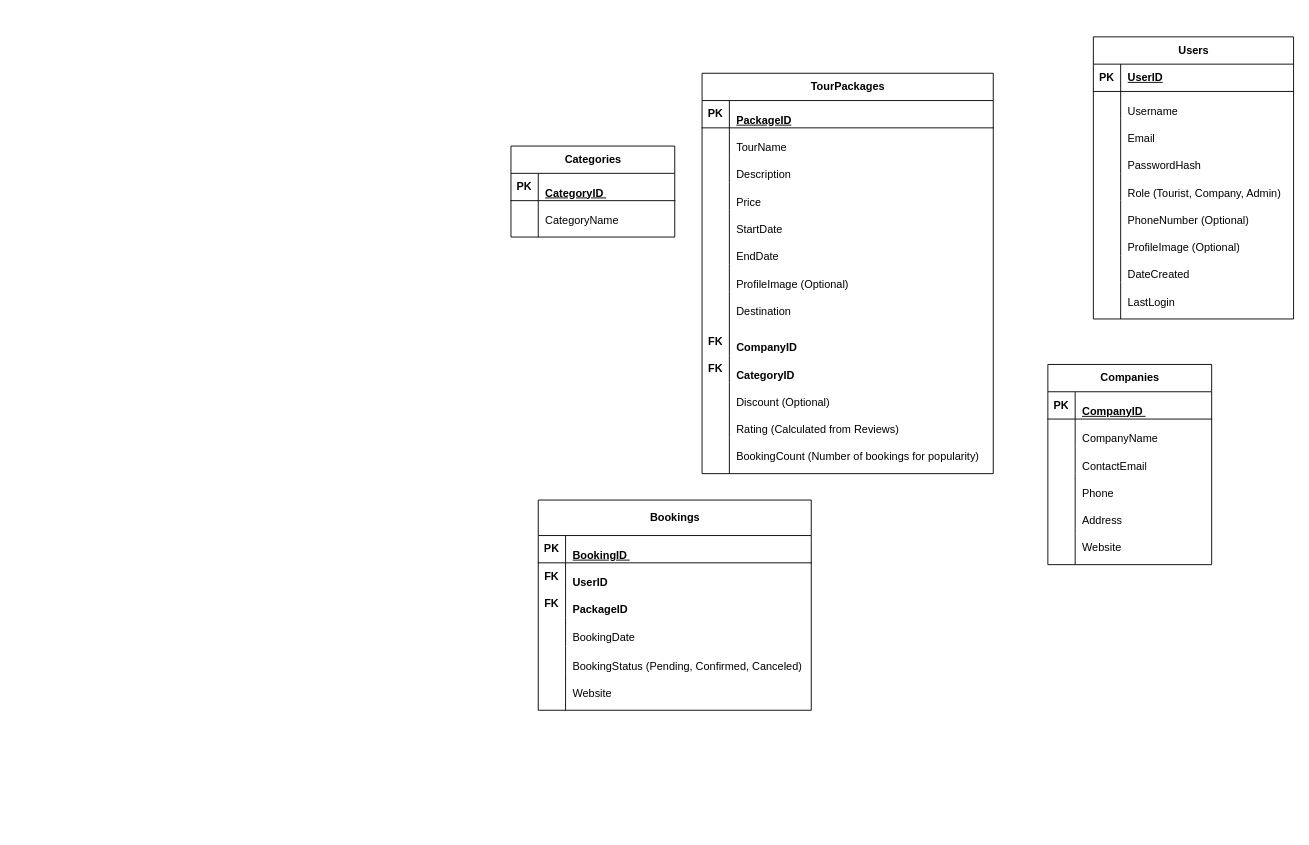
Above: JoStay Rschema.drawio in aminjaiuossi/JoStay-Project (draw.io), before the change. Source tidied: cells renumbered, new cells numbered last; positions are measured from the earlier drawing's top-left corner, leaving out a move shared by most shapes. Both pictures are drawn from the tidied source at 91%, with x=0, y=0 at pixel (511, 36).
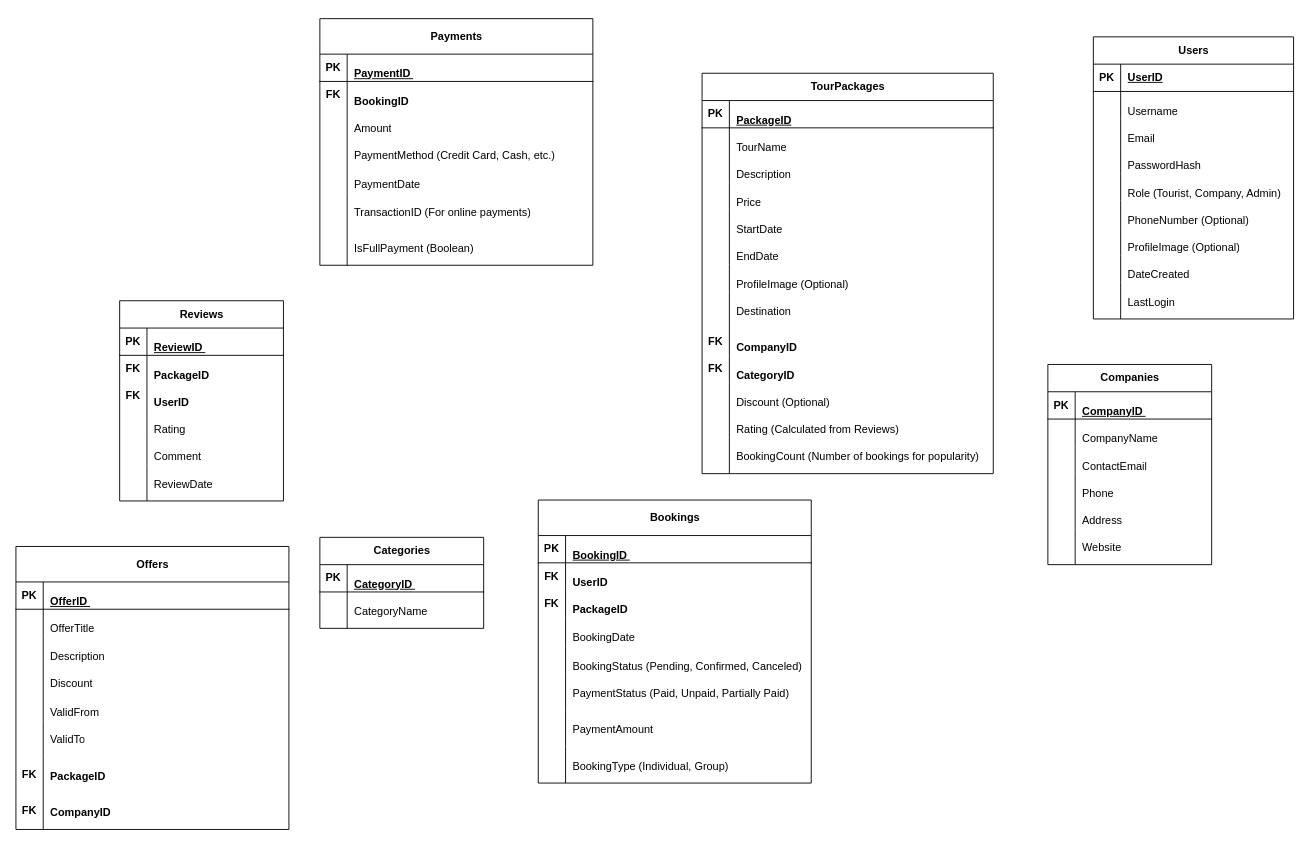
After the change.

The change refers to these unchanged cells:
```xml
<mxCell id="112" style="shape=tableRow;horizontal=0;startSize=0;swimlaneHead=0;swimlaneBody=0;fillColor=none;top=0;left=0;right=0;bottom=0;" parent="96" vertex="1">
  <mxGeometry y="191" width="300" height="40" as="geometry" />
</mxCell>
```

Diff of the diagram source:
```diff
@@
     <mxCell id="70" value="&lt;h4&gt;&lt;strong&gt;Categories&lt;/strong&gt;&lt;/h4&gt;" style="shape=table;startSize=30;childLayout=tableLayout;rowLines=0;fontStyle=1;align=center;html=1;" parent="1" vertex="1">
-      <mxGeometry y="120" width="180" height="100" as="geometry" />
+      <mxGeometry x="-210" y="550" width="180" height="100" as="geometry" />
     </mxCell>
@@
     <mxCell id="96" value="&lt;h4&gt;&lt;strong&gt;Bookings&lt;/strong&gt;&lt;/h4&gt;" style="shape=table;startSize=39;childLayout=tableLayout;rowLines=0;fontStyle=1;align=center;html=1;" parent="1" vertex="1">
-      <mxGeometry x="30" y="509" width="300" height="231" as="geometry" />
+      <mxGeometry x="30" y="509" width="300" height="311" as="geometry" />
     </mxCell>
@@
-    <mxCell id="114" value="&lt;p&gt;Website&lt;/p&gt;" style="shape=partialRectangle;fillColor=none;top=0;left=0;bottom=0;right=0;align=left;spacingLeft=6;overflow=hidden;whiteSpace=wrap;html=1;" parent="112" vertex="1">
+    <mxCell id="114" value="&lt;p&gt;PaymentStatus (Paid, Unpaid, Partially Paid)&lt;/p&gt;" style="shape=partialRectangle;fillColor=none;top=0;left=0;bottom=0;right=0;align=left;spacingLeft=6;overflow=hidden;whiteSpace=wrap;html=1;" parent="112" vertex="1">
       <mxGeometry x="30" width="270" height="40" as="geometry" />
     </mxCell>
+    <mxCell id="115" style="shape=tableRow;horizontal=0;startSize=0;swimlaneHead=0;swimlaneBody=0;fillColor=none;top=0;left=0;right=0;bottom=0;" parent="96" vertex="1">
+      <mxGeometry y="231" width="300" height="40" as="geometry" />
+    </mxCell>
+    <mxCell id="116" style="shape=partialRectangle;fillColor=none;top=0;left=0;bottom=0;right=0;overflow=hidden;whiteSpace=wrap;html=1;" parent="115" vertex="1">
+      <mxGeometry width="30" height="40" as="geometry" />
+    </mxCell>
+    <mxCell id="117" value="&lt;p&gt;PaymentAmount&lt;/p&gt;" style="shape=partialRectangle;fillColor=none;top=0;left=0;bottom=0;right=0;align=left;spacingLeft=6;overflow=hidden;whiteSpace=wrap;html=1;" parent="115" vertex="1">
+      <mxGeometry x="30" width="270" height="40" as="geometry" />
+    </mxCell>
+    <mxCell id="118" style="shape=tableRow;horizontal=0;startSize=0;swimlaneHead=0;swimlaneBody=0;fillColor=none;top=0;left=0;right=0;bottom=0;" parent="96" vertex="1">
+      <mxGeometry y="271" width="300" height="40" as="geometry" />
+    </mxCell>
+    <mxCell id="119" style="shape=partialRectangle;fillColor=none;top=0;left=0;bottom=0;right=0;overflow=hidden;whiteSpace=wrap;html=1;" parent="118" vertex="1">
+      <mxGeometry width="30" height="40" as="geometry" />
+    </mxCell>
+    <mxCell id="120" value="&lt;p&gt;BookingType (Individual, Group)&lt;/p&gt;" style="shape=partialRectangle;fillColor=none;top=0;left=0;bottom=0;right=0;align=left;spacingLeft=6;overflow=hidden;whiteSpace=wrap;html=1;" parent="118" vertex="1">
+      <mxGeometry x="30" width="270" height="40" as="geometry" />
+    </mxCell>
+    <mxCell id="121" value="&lt;h4&gt;&lt;strong&gt;Payments&lt;/strong&gt;&lt;/h4&gt;" style="shape=table;startSize=39;childLayout=tableLayout;rowLines=0;fontStyle=1;align=center;html=1;" parent="1" vertex="1">
+      <mxGeometry x="-210" y="-20" width="300" height="271" as="geometry" />
+    </mxCell>
+    <mxCell id="122" style="shape=tableRow;horizontal=0;startSize=0;swimlaneHead=0;swimlaneBody=0;fillColor=none;top=0;left=0;right=0;bottom=1;" parent="121" vertex="1">
+      <mxGeometry y="39" width="300" height="30" as="geometry" />
+    </mxCell>
+    <mxCell id="123" value="PK" style="shape=partialRectangle;fillColor=none;top=0;left=0;bottom=0;right=0;fontStyle=1;overflow=hidden;whiteSpace=wrap;html=1;" parent="122" vertex="1">
+      <mxGeometry width="30" height="30" as="geometry" />
+    </mxCell>
+    <mxCell id="124" value="&lt;p&gt;PaymentID&amp;nbsp;&lt;/p&gt;" style="shape=partialRectangle;fillColor=none;top=0;left=0;bottom=0;right=0;align=left;spacingLeft=6;fontStyle=5;overflow=hidden;whiteSpace=wrap;html=1;" parent="122" vertex="1">
+      <mxGeometry x="30" width="270" height="30" as="geometry" />
+    </mxCell>
+    <mxCell id="125" style="shape=tableRow;horizontal=0;startSize=0;swimlaneHead=0;swimlaneBody=0;fillColor=none;top=0;left=0;right=0;bottom=0;" parent="121" vertex="1">
+      <mxGeometry y="69" width="300" height="30" as="geometry" />
+    </mxCell>
+    <mxCell id="126" value="FK" style="shape=partialRectangle;fillColor=none;top=0;left=0;bottom=0;right=0;overflow=hidden;whiteSpace=wrap;html=1;fontStyle=1;" parent="125" vertex="1">
+      <mxGeometry width="30" height="30" as="geometry" />
+    </mxCell>
+    <mxCell id="127" value="&lt;p&gt;BookingID&amp;nbsp;&lt;/p&gt;" style="shape=partialRectangle;fillColor=none;top=0;left=0;bottom=0;right=0;align=left;spacingLeft=6;overflow=hidden;whiteSpace=wrap;html=1;fontStyle=1;" parent="125" vertex="1">
+      <mxGeometry x="30" width="270" height="30" as="geometry" />
+    </mxCell>
+    <mxCell id="128" style="shape=tableRow;horizontal=0;startSize=0;swimlaneHead=0;swimlaneBody=0;fillColor=none;top=0;left=0;right=0;bottom=0;" parent="121" vertex="1">
+      <mxGeometry y="99" width="300" height="30" as="geometry" />
+    </mxCell>
+    <mxCell id="129" style="shape=partialRectangle;fillColor=none;top=0;left=0;bottom=0;right=0;overflow=hidden;whiteSpace=wrap;html=1;fontStyle=1;" parent="128" vertex="1">
+      <mxGeometry width="30" height="30" as="geometry" />
+    </mxCell>
+    <mxCell id="130" value="&lt;p&gt;Amount&lt;/p&gt;" style="shape=partialRectangle;fillColor=none;top=0;left=0;bottom=0;right=0;align=left;spacingLeft=6;overflow=hidden;whiteSpace=wrap;html=1;fontStyle=0;" parent="128" vertex="1">
+      <mxGeometry x="30" width="270" height="30" as="geometry" />
+    </mxCell>
+    <mxCell id="131" style="shape=tableRow;horizontal=0;startSize=0;swimlaneHead=0;swimlaneBody=0;fillColor=none;top=0;left=0;right=0;bottom=0;" parent="121" vertex="1">
+      <mxGeometry y="129" width="300" height="32" as="geometry" />
+    </mxCell>
+    <mxCell id="132" style="shape=partialRectangle;fillColor=none;top=0;left=0;bottom=0;right=0;overflow=hidden;whiteSpace=wrap;html=1;" parent="131" vertex="1">
+      <mxGeometry width="30" height="32" as="geometry" />
+    </mxCell>
+    <mxCell id="133" value="&lt;p&gt;PaymentMethod (Credit Card, Cash, etc.)&lt;/p&gt;" style="shape=partialRectangle;fillColor=none;top=0;left=0;bottom=0;right=0;align=left;spacingLeft=6;overflow=hidden;whiteSpace=wrap;html=1;" parent="131" vertex="1">
+      <mxGeometry x="30" width="270" height="32" as="geometry" />
+    </mxCell>
+    <mxCell id="134" style="shape=tableRow;horizontal=0;startSize=0;swimlaneHead=0;swimlaneBody=0;fillColor=none;top=0;left=0;right=0;bottom=0;" parent="121" vertex="1">
+      <mxGeometry y="161" width="300" height="30" as="geometry" />
+    </mxCell>
+    <mxCell id="135" style="shape=partialRectangle;fillColor=none;top=0;left=0;bottom=0;right=0;overflow=hidden;whiteSpace=wrap;html=1;" parent="134" vertex="1">
+      <mxGeometry width="30" height="30" as="geometry" />
+    </mxCell>
+    <mxCell id="136" value="&lt;p&gt;PaymentDate&lt;/p&gt;" style="shape=partialRectangle;fillColor=none;top=0;left=0;bottom=0;right=0;align=left;spacingLeft=6;overflow=hidden;whiteSpace=wrap;html=1;" parent="134" vertex="1">
+      <mxGeometry x="30" width="270" height="30" as="geometry" />
+    </mxCell>
+    <mxCell id="137" style="shape=tableRow;horizontal=0;startSize=0;swimlaneHead=0;swimlaneBody=0;fillColor=none;top=0;left=0;right=0;bottom=0;" parent="121" vertex="1">
+      <mxGeometry y="191" width="300" height="40" as="geometry" />
+    </mxCell>
+    <mxCell id="138" style="shape=partialRectangle;fillColor=none;top=0;left=0;bottom=0;right=0;overflow=hidden;whiteSpace=wrap;html=1;" parent="137" vertex="1">
+      <mxGeometry width="30" height="40" as="geometry" />
+    </mxCell>
+    <mxCell id="139" value="&lt;p&gt;TransactionID (For online payments)&lt;/p&gt;" style="shape=partialRectangle;fillColor=none;top=0;left=0;bottom=0;right=0;align=left;spacingLeft=6;overflow=hidden;whiteSpace=wrap;html=1;" parent="137" vertex="1">
+      <mxGeometry x="30" width="270" height="40" as="geometry" />
+    </mxCell>
+    <mxCell id="140" style="shape=tableRow;horizontal=0;startSize=0;swimlaneHead=0;swimlaneBody=0;fillColor=none;top=0;left=0;right=0;bottom=0;" parent="121" vertex="1">
+      <mxGeometry y="231" width="300" height="40" as="geometry" />
+    </mxCell>
+    <mxCell id="141" style="shape=partialRectangle;fillColor=none;top=0;left=0;bottom=0;right=0;overflow=hidden;whiteSpace=wrap;html=1;" parent="140" vertex="1">
+      <mxGeometry width="30" height="40" as="geometry" />
+    </mxCell>
+    <mxCell id="142" value="&lt;p&gt;IsFullPayment (Boolean)&lt;/p&gt;" style="shape=partialRectangle;fillColor=none;top=0;left=0;bottom=0;right=0;align=left;spacingLeft=6;overflow=hidden;whiteSpace=wrap;html=1;" parent="140" vertex="1">
+      <mxGeometry x="30" width="270" height="40" as="geometry" />
+    </mxCell>
+    <mxCell id="143" value="&lt;h4&gt;&lt;strong&gt;Reviews&lt;/strong&gt;&lt;/h4&gt;" style="shape=table;startSize=30;childLayout=tableLayout;rowLines=0;fontStyle=1;align=center;html=1;" parent="1" vertex="1">
+      <mxGeometry x="-430" y="290" width="180" height="220" as="geometry" />
+    </mxCell>
+    <mxCell id="144" style="shape=tableRow;horizontal=0;startSize=0;swimlaneHead=0;swimlaneBody=0;fillColor=none;top=0;left=0;right=0;bottom=1;" parent="143" vertex="1">
+      <mxGeometry y="30" width="180" height="30" as="geometry" />
+    </mxCell>
+    <mxCell id="145" value="PK" style="shape=partialRectangle;fillColor=none;top=0;left=0;bottom=0;right=0;fontStyle=1;overflow=hidden;whiteSpace=wrap;html=1;" parent="144" vertex="1">
+      <mxGeometry width="30" height="30" as="geometry" />
+    </mxCell>
+    <mxCell id="146" value="&lt;p&gt;ReviewID&amp;nbsp;&lt;/p&gt;" style="shape=partialRectangle;fillColor=none;top=0;left=0;bottom=0;right=0;align=left;spacingLeft=6;fontStyle=5;overflow=hidden;whiteSpace=wrap;html=1;" parent="144" vertex="1">
+      <mxGeometry x="30" width="150" height="30" as="geometry" />
+    </mxCell>
+    <mxCell id="147" style="shape=tableRow;horizontal=0;startSize=0;swimlaneHead=0;swimlaneBody=0;fillColor=none;top=0;left=0;right=0;bottom=0;" parent="143" vertex="1">
+      <mxGeometry y="60" width="180" height="30" as="geometry" />
+    </mxCell>
+    <mxCell id="148" value="FK" style="shape=partialRectangle;fillColor=none;top=0;left=0;bottom=0;right=0;overflow=hidden;whiteSpace=wrap;html=1;fontStyle=1;" parent="147" vertex="1">
+      <mxGeometry width="30" height="30" as="geometry" />
+    </mxCell>
+    <mxCell id="149" value="&lt;p&gt;PackageID&amp;nbsp;&lt;/p&gt;" style="shape=partialRectangle;fillColor=none;top=0;left=0;bottom=0;right=0;align=left;spacingLeft=6;overflow=hidden;whiteSpace=wrap;html=1;fontStyle=1;" parent="147" vertex="1">
+      <mxGeometry x="30" width="150" height="30" as="geometry" />
+    </mxCell>
+    <mxCell id="150" style="shape=tableRow;horizontal=0;startSize=0;swimlaneHead=0;swimlaneBody=0;fillColor=none;top=0;left=0;right=0;bottom=0;" parent="143" vertex="1">
+      <mxGeometry y="90" width="180" height="30" as="geometry" />
+    </mxCell>
+    <mxCell id="151" value="FK" style="shape=partialRectangle;fillColor=none;top=0;left=0;bottom=0;right=0;overflow=hidden;whiteSpace=wrap;html=1;fontStyle=1;" parent="150" vertex="1">
+      <mxGeometry width="30" height="30" as="geometry" />
+    </mxCell>
+    <mxCell id="152" value="&lt;p&gt;UserID&amp;nbsp;&lt;/p&gt;" style="shape=partialRectangle;fillColor=none;top=0;left=0;bottom=0;right=0;align=left;spacingLeft=6;overflow=hidden;whiteSpace=wrap;html=1;fontStyle=1;" parent="150" vertex="1">
+      <mxGeometry x="30" width="150" height="30" as="geometry" />
+    </mxCell>
+    <mxCell id="153" style="shape=tableRow;horizontal=0;startSize=0;swimlaneHead=0;swimlaneBody=0;fillColor=none;top=0;left=0;right=0;bottom=0;" parent="143" vertex="1">
+      <mxGeometry y="120" width="180" height="30" as="geometry" />
+    </mxCell>
+    <mxCell id="154" style="shape=partialRectangle;fillColor=none;top=0;left=0;bottom=0;right=0;overflow=hidden;whiteSpace=wrap;html=1;" parent="153" vertex="1">
+      <mxGeometry width="30" height="30" as="geometry" />
+    </mxCell>
+    <mxCell id="155" value="&lt;p&gt;Rating&lt;/p&gt;" style="shape=partialRectangle;fillColor=none;top=0;left=0;bottom=0;right=0;align=left;spacingLeft=6;overflow=hidden;whiteSpace=wrap;html=1;" parent="153" vertex="1">
+      <mxGeometry x="30" width="150" height="30" as="geometry" />
+    </mxCell>
+    <mxCell id="156" style="shape=tableRow;horizontal=0;startSize=0;swimlaneHead=0;swimlaneBody=0;fillColor=none;top=0;left=0;right=0;bottom=0;" parent="143" vertex="1">
+      <mxGeometry y="150" width="180" height="30" as="geometry" />
+    </mxCell>
+    <mxCell id="157" style="shape=partialRectangle;fillColor=none;top=0;left=0;bottom=0;right=0;overflow=hidden;whiteSpace=wrap;html=1;" parent="156" vertex="1">
+      <mxGeometry width="30" height="30" as="geometry" />
+    </mxCell>
+    <mxCell id="158" value="&lt;p&gt;Comment&lt;/p&gt;" style="shape=partialRectangle;fillColor=none;top=0;left=0;bottom=0;right=0;align=left;spacingLeft=6;overflow=hidden;whiteSpace=wrap;html=1;" parent="156" vertex="1">
+      <mxGeometry x="30" width="150" height="30" as="geometry" />
+    </mxCell>
+    <mxCell id="159" style="shape=tableRow;horizontal=0;startSize=0;swimlaneHead=0;swimlaneBody=0;fillColor=none;top=0;left=0;right=0;bottom=0;" parent="143" vertex="1">
+      <mxGeometry y="180" width="180" height="40" as="geometry" />
+    </mxCell>
+    <mxCell id="160" style="shape=partialRectangle;fillColor=none;top=0;left=0;bottom=0;right=0;overflow=hidden;whiteSpace=wrap;html=1;" parent="159" vertex="1">
+      <mxGeometry width="30" height="40" as="geometry" />
+    </mxCell>
+    <mxCell id="161" value="&lt;p&gt;ReviewDate&lt;/p&gt;" style="shape=partialRectangle;fillColor=none;top=0;left=0;bottom=0;right=0;align=left;spacingLeft=6;overflow=hidden;whiteSpace=wrap;html=1;" parent="159" vertex="1">
+      <mxGeometry x="30" width="150" height="40" as="geometry" />
+    </mxCell>
+    <mxCell id="162" value="&lt;h4&gt;&lt;strong&gt;Offers&lt;/strong&gt;&lt;/h4&gt;" style="shape=table;startSize=39;childLayout=tableLayout;rowLines=0;fontStyle=1;align=center;html=1;" parent="1" vertex="1">
+      <mxGeometry x="-544" y="560" width="300" height="311" as="geometry" />
+    </mxCell>
+    <mxCell id="163" style="shape=tableRow;horizontal=0;startSize=0;swimlaneHead=0;swimlaneBody=0;fillColor=none;top=0;left=0;right=0;bottom=1;" parent="162" vertex="1">
+      <mxGeometry y="39" width="300" height="30" as="geometry" />
+    </mxCell>
+    <mxCell id="164" value="PK" style="shape=partialRectangle;fillColor=none;top=0;left=0;bottom=0;right=0;fontStyle=1;overflow=hidden;whiteSpace=wrap;html=1;" parent="163" vertex="1">
+      <mxGeometry width="30" height="30" as="geometry" />
+    </mxCell>
+    <mxCell id="165" value="&lt;p&gt;OfferID&amp;nbsp;&lt;/p&gt;" style="shape=partialRectangle;fillColor=none;top=0;left=0;bottom=0;right=0;align=left;spacingLeft=6;fontStyle=5;overflow=hidden;whiteSpace=wrap;html=1;" parent="163" vertex="1">
+      <mxGeometry x="30" width="270" height="30" as="geometry" />
+    </mxCell>
+    <mxCell id="166" style="shape=tableRow;horizontal=0;startSize=0;swimlaneHead=0;swimlaneBody=0;fillColor=none;top=0;left=0;right=0;bottom=0;" parent="162" vertex="1">
+      <mxGeometry y="69" width="300" height="30" as="geometry" />
+    </mxCell>
+    <mxCell id="167" style="shape=partialRectangle;fillColor=none;top=0;left=0;bottom=0;right=0;overflow=hidden;whiteSpace=wrap;html=1;fontStyle=1;" parent="166" vertex="1">
+      <mxGeometry width="30" height="30" as="geometry" />
+    </mxCell>
+    <mxCell id="168" value="&lt;p&gt;OfferTitle&lt;/p&gt;" style="shape=partialRectangle;fillColor=none;top=0;left=0;bottom=0;right=0;align=left;spacingLeft=6;overflow=hidden;whiteSpace=wrap;html=1;fontStyle=0;" parent="166" vertex="1">
+      <mxGeometry x="30" width="270" height="30" as="geometry" />
+    </mxCell>
+    <mxCell id="169" style="shape=tableRow;horizontal=0;startSize=0;swimlaneHead=0;swimlaneBody=0;fillColor=none;top=0;left=0;right=0;bottom=0;fontStyle=1;" parent="162" vertex="1">
+      <mxGeometry y="99" width="300" height="30" as="geometry" />
+    </mxCell>
+    <mxCell id="170" style="shape=partialRectangle;fillColor=none;top=0;left=0;bottom=0;right=0;overflow=hidden;whiteSpace=wrap;html=1;fontStyle=0;" parent="169" vertex="1">
+      <mxGeometry width="30" height="30" as="geometry" />
+    </mxCell>
+    <mxCell id="171" value="&lt;p&gt;Description&lt;/p&gt;" style="shape=partialRectangle;fillColor=none;top=0;left=0;bottom=0;right=0;align=left;spacingLeft=6;overflow=hidden;whiteSpace=wrap;html=1;fontStyle=0;" parent="169" vertex="1">
+      <mxGeometry x="30" width="270" height="30" as="geometry" />
+    </mxCell>
+    <mxCell id="172" style="shape=tableRow;horizontal=0;startSize=0;swimlaneHead=0;swimlaneBody=0;fillColor=none;top=0;left=0;right=0;bottom=0;" parent="162" vertex="1">
+      <mxGeometry y="129" width="300" height="32" as="geometry" />
+    </mxCell>
+    <mxCell id="173" style="shape=partialRectangle;fillColor=none;top=0;left=0;bottom=0;right=0;overflow=hidden;whiteSpace=wrap;html=1;" parent="172" vertex="1">
+      <mxGeometry width="30" height="32" as="geometry" />
+    </mxCell>
+    <mxCell id="174" value="&lt;p&gt;Discount&lt;/p&gt;" style="shape=partialRectangle;fillColor=none;top=0;left=0;bottom=0;right=0;align=left;spacingLeft=6;overflow=hidden;whiteSpace=wrap;html=1;" parent="172" vertex="1">
+      <mxGeometry x="30" width="270" height="32" as="geometry" />
+    </mxCell>
+    <mxCell id="175" style="shape=tableRow;horizontal=0;startSize=0;swimlaneHead=0;swimlaneBody=0;fillColor=none;top=0;left=0;right=0;bottom=0;" parent="162" vertex="1">
+      <mxGeometry y="161" width="300" height="30" as="geometry" />
+    </mxCell>
+    <mxCell id="176" style="shape=partialRectangle;fillColor=none;top=0;left=0;bottom=0;right=0;overflow=hidden;whiteSpace=wrap;html=1;" parent="175" vertex="1">
+      <mxGeometry width="30" height="30" as="geometry" />
+    </mxCell>
+    <mxCell id="177" value="&lt;p&gt;ValidFrom&lt;/p&gt;" style="shape=partialRectangle;fillColor=none;top=0;left=0;bottom=0;right=0;align=left;spacingLeft=6;overflow=hidden;whiteSpace=wrap;html=1;" parent="175" vertex="1">
+      <mxGeometry x="30" width="270" height="30" as="geometry" />
+    </mxCell>
+    <mxCell id="178" style="shape=tableRow;horizontal=0;startSize=0;swimlaneHead=0;swimlaneBody=0;fillColor=none;top=0;left=0;right=0;bottom=0;" parent="162" vertex="1">
+      <mxGeometry y="191" width="300" height="40" as="geometry" />
+    </mxCell>
+    <mxCell id="179" style="shape=partialRectangle;fillColor=none;top=0;left=0;bottom=0;right=0;overflow=hidden;whiteSpace=wrap;html=1;" parent="178" vertex="1">
+      <mxGeometry width="30" height="40" as="geometry" />
+    </mxCell>
+    <mxCell id="180" value="&lt;p&gt;ValidTo&lt;/p&gt;" style="shape=partialRectangle;fillColor=none;top=0;left=0;bottom=0;right=0;align=left;spacingLeft=6;overflow=hidden;whiteSpace=wrap;html=1;" parent="178" vertex="1">
+      <mxGeometry x="30" width="270" height="40" as="geometry" />
+    </mxCell>
+    <mxCell id="181" style="shape=tableRow;horizontal=0;startSize=0;swimlaneHead=0;swimlaneBody=0;fillColor=none;top=0;left=0;right=0;bottom=0;" parent="162" vertex="1">
+      <mxGeometry y="231" width="300" height="40" as="geometry" />
+    </mxCell>
+    <mxCell id="182" value="FK" style="shape=partialRectangle;fillColor=none;top=0;left=0;bottom=0;right=0;overflow=hidden;whiteSpace=wrap;html=1;fontStyle=1;" parent="181" vertex="1">
+      <mxGeometry width="30" height="40" as="geometry" />
+    </mxCell>
+    <mxCell id="183" value="&lt;p&gt;PackageID&amp;nbsp;&lt;/p&gt;" style="shape=partialRectangle;fillColor=none;top=0;left=0;bottom=0;right=0;align=left;spacingLeft=6;overflow=hidden;whiteSpace=wrap;html=1;fontStyle=1;" parent="181" vertex="1">
+      <mxGeometry x="30" width="270" height="40" as="geometry" />
+    </mxCell>
+    <mxCell id="184" style="shape=tableRow;horizontal=0;startSize=0;swimlaneHead=0;swimlaneBody=0;fillColor=none;top=0;left=0;right=0;bottom=0;" parent="162" vertex="1">
+      <mxGeometry y="271" width="300" height="40" as="geometry" />
+    </mxCell>
+    <mxCell id="185" value="FK" style="shape=partialRectangle;fillColor=none;top=0;left=0;bottom=0;right=0;overflow=hidden;whiteSpace=wrap;html=1;fontStyle=1;" parent="184" vertex="1">
+      <mxGeometry width="30" height="40" as="geometry" />
+    </mxCell>
+    <mxCell id="186" value="&lt;p&gt;CompanyID&amp;nbsp;&lt;/p&gt;" style="shape=partialRectangle;fillColor=none;top=0;left=0;bottom=0;right=0;align=left;spacingLeft=6;overflow=hidden;whiteSpace=wrap;html=1;fontStyle=1;" parent="184" vertex="1">
+      <mxGeometry x="30" width="270" height="40" as="geometry" />
+    </mxCell>
```
